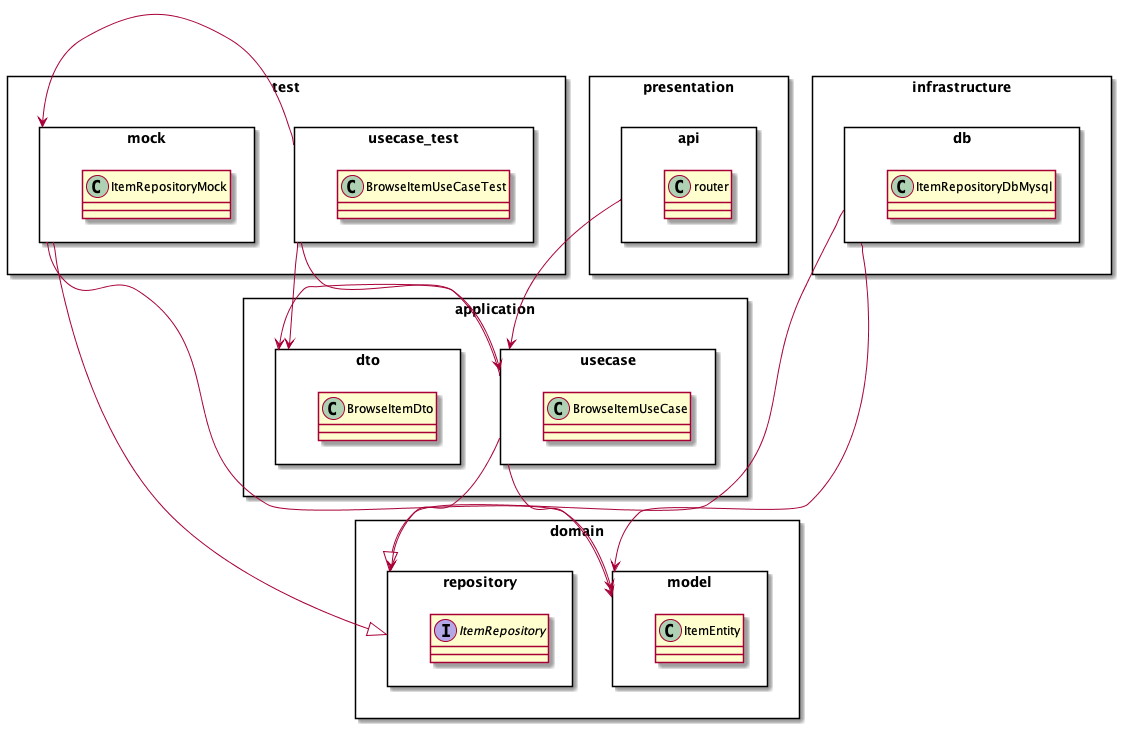
Above: docs/class/class.png in kenta4327/example-of-ec-site (PlantUML), before the change.
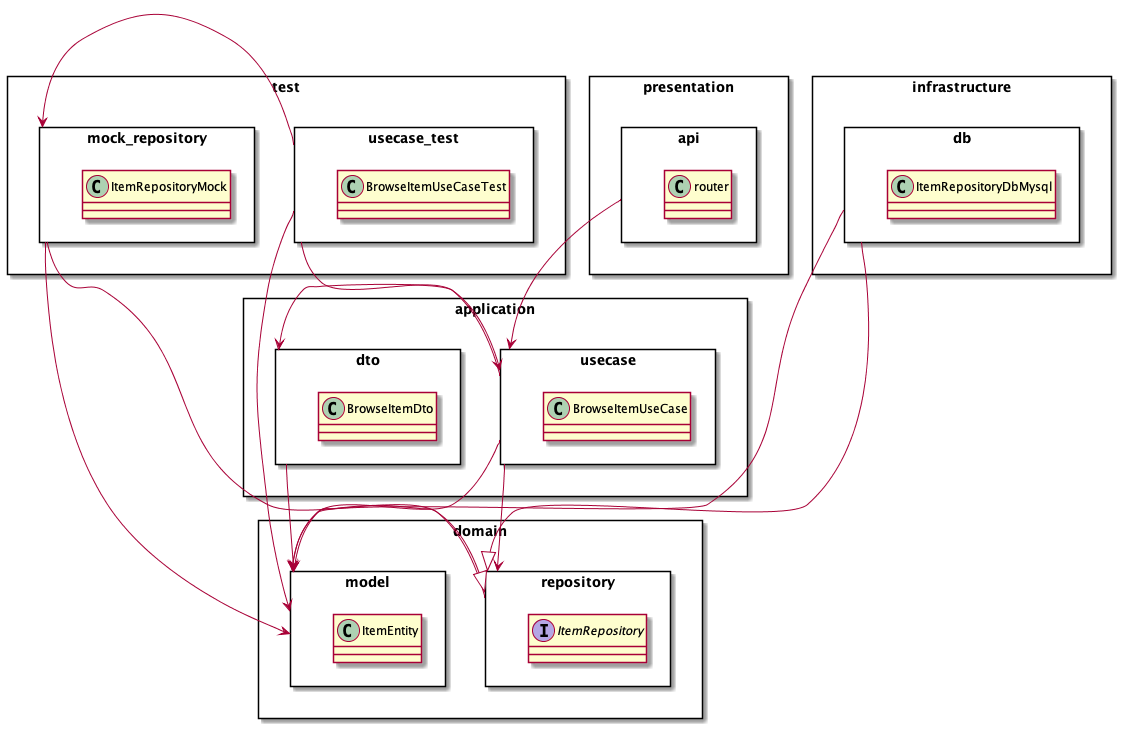
After the commit.

Diff of the diagram source:
```diff
@@ -10,7 +10,7 @@
     package usecase_test <<Rectangle>> {
         class BrowseItemUseCaseTest
     }
-    package mock <<Rectangle>> {
+    package mock_repository <<Rectangle>> {
         class ItemRepositoryMock
     }
 }
@@ -46,11 +46,13 @@
 usecase -> dto
 usecase --> repository
 usecase --> model
+dto --> model
+repository -> model
 
-usecase_test -> mock
+usecase_test -> mock_repository
 usecase_test --> usecase
-usecase_test --> dto
-mock ---|> repository
-mock ---> model
+usecase_test ---> model
+mock_repository ---|> repository
+mock_repository ---> model
 
 @enduml
```
